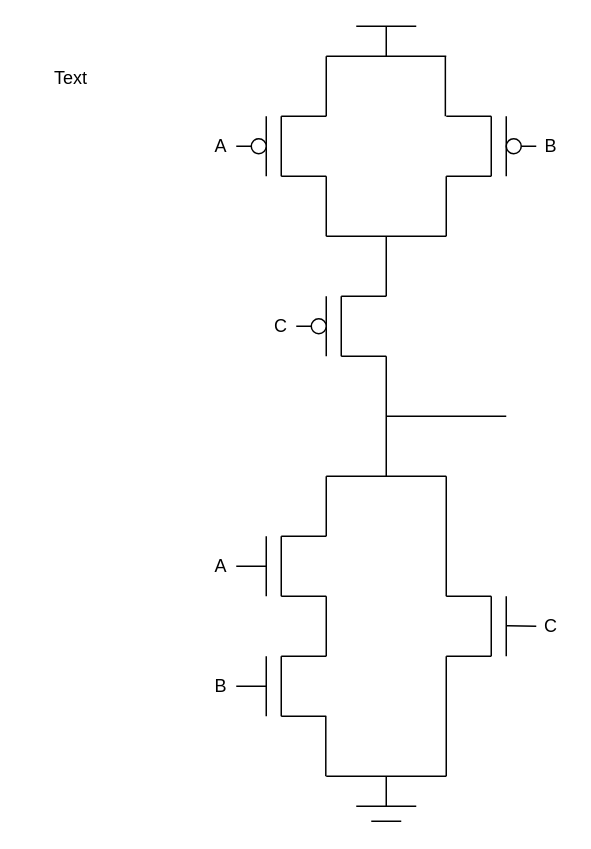
osowatzke/ECE507_HW keeps this draw.io diagram as 4/circuit4a.drawio. Above is the earlier version. Source tidied: cells renumbered, new cells numbered last; positions are measured from the earlier drawing's top-left corner, leaving out a move shared by most shapes. Both pictures are drawn from the tidied source at 150%, with x=0, y=0 at pixel (26, 26).
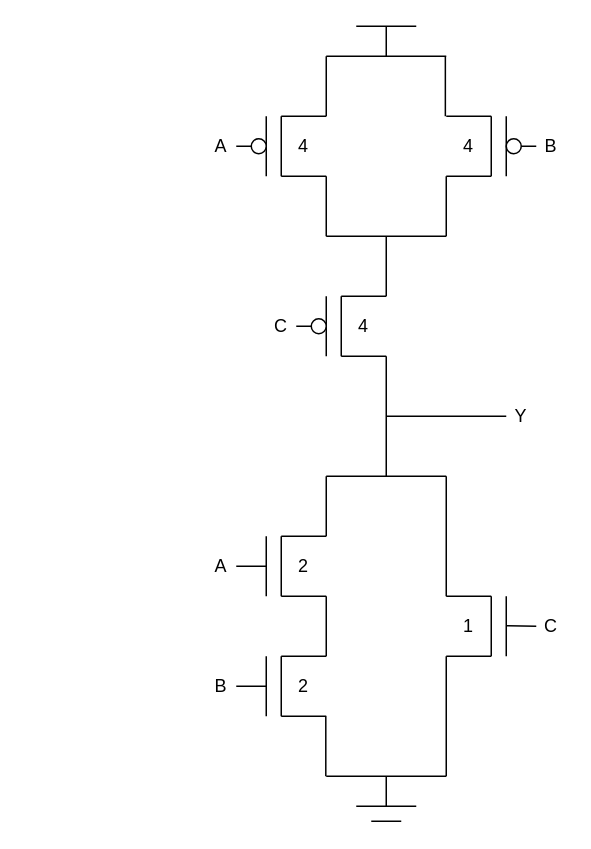
After the change.

The change refers to these unchanged cells:
```xml
<mxCell id="2" style="group;" parent="1" vertex="1">
  <mxGeometry x="160" y="340" width="40" height="40" as="geometry" />
</mxCell>
<mxCell id="7" style="group;" parent="1" vertex="1">
  <mxGeometry x="160" y="420" width="40" height="40" as="geometry" />
</mxCell>
<mxCell id="12" style="group;rotation=-180;" parent="1" vertex="1">
  <mxGeometry x="280" y="380" width="40" height="40" as="geometry" />
</mxCell>
<mxCell id="17" style="group;" parent="1" vertex="1">
  <mxGeometry x="190" y="180" width="50" height="40" as="geometry" />
</mxCell>
<mxCell id="23" style="group;" parent="1" vertex="1">
  <mxGeometry x="150" y="60" width="50" height="40" as="geometry" />
</mxCell>
<mxCell id="29" style="group;rotation=-180;" parent="1" vertex="1">
  <mxGeometry x="280" y="60" width="50" height="40" as="geometry" />
</mxCell>
```

What changed in the source:
```diff
@@
+    <mxCell id="69" value="2" style="text;html=1;align=center;verticalAlign=middle;whiteSpace=wrap;rounded=0;" parent="2" vertex="1">
+      <mxGeometry x="10" y="10" width="30" height="20" as="geometry" />
+    </mxCell>
@@
+    <mxCell id="70" value="2" style="text;html=1;align=center;verticalAlign=middle;whiteSpace=wrap;rounded=0;" parent="7" vertex="1">
+      <mxGeometry x="10" y="10" width="30" height="20" as="geometry" />
+    </mxCell>
@@
+    <mxCell id="71" value="1" style="text;html=1;align=center;verticalAlign=middle;whiteSpace=wrap;rounded=0;" parent="12" vertex="1">
+      <mxGeometry y="10" width="30" height="20" as="geometry" />
+    </mxCell>
@@
+    <mxCell id="72" value="4" style="text;html=1;align=center;verticalAlign=middle;whiteSpace=wrap;rounded=0;" parent="17" vertex="1">
+      <mxGeometry x="20" y="10" width="30" height="20" as="geometry" />
+    </mxCell>
@@
+    <mxCell id="68" value="4" style="text;html=1;align=center;verticalAlign=middle;whiteSpace=wrap;rounded=0;" parent="23" vertex="1">
+      <mxGeometry x="20" y="10" width="30" height="20" as="geometry" />
+    </mxCell>
@@
+    <mxCell id="73" value="4" style="text;html=1;align=center;verticalAlign=middle;whiteSpace=wrap;rounded=0;" parent="29" vertex="1">
+      <mxGeometry y="10" width="30" height="20" as="geometry" />
+    </mxCell>
@@
-    <mxCell id="68" value="Text" style="text;html=1;align=center;verticalAlign=middle;whiteSpace=wrap;rounded=0;" parent="1" vertex="1">
-      <mxGeometry y="20" width="60" height="30" as="geometry" />
-    </mxCell>
+    <mxCell id="74" value="Y" style="text;html=1;align=center;verticalAlign=middle;whiteSpace=wrap;rounded=0;" parent="1" vertex="1">
+      <mxGeometry x="320" y="250" width="20" height="20" as="geometry" />
+    </mxCell>
```
